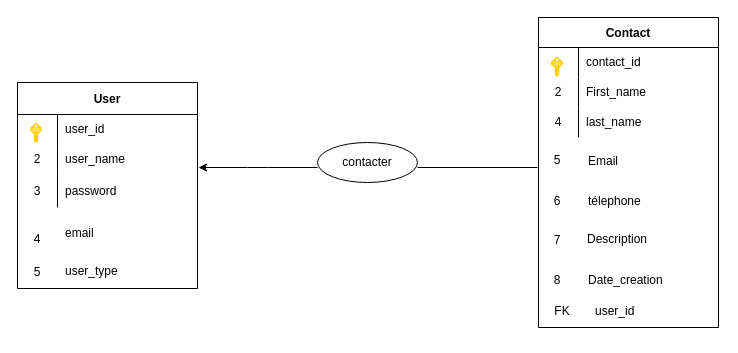
emminyell/Brief2_sprint3 keeps this draw.io diagram as MLD.drawio. Above is the earlier version. Source tidied: cells renumbered, new cells numbered last; positions are measured from the earlier drawing's top-left corner, leaving out a move shared by most shapes. Both pictures are drawn from the tidied source at 100%, with x=0, y=0 at pixel (17, 17).
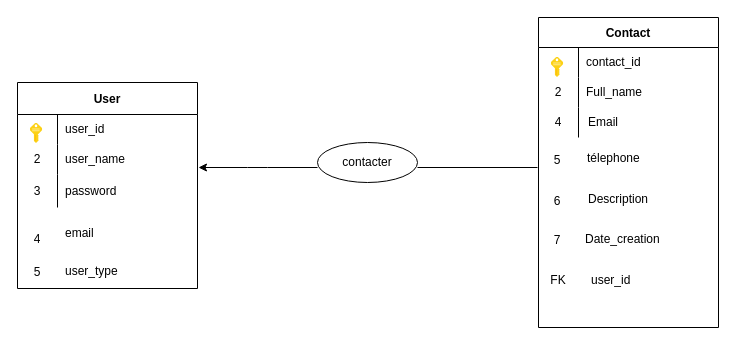
After the change.

The change refers to these unchanged cells:
```xml
<mxCell id="16" style="shape=tableRow;horizontal=0;startSize=0;swimlaneHead=0;swimlaneBody=0;top=0;left=0;bottom=0;right=0;fillColor=none;" parent="12" vertex="1">
  <mxGeometry y="60" width="180" height="30" as="geometry" />
</mxCell>
<mxCell id="19" style="shape=tableRow;horizontal=0;startSize=0;swimlaneHead=0;swimlaneBody=0;top=0;left=0;bottom=0;right=0;fillColor=none;" parent="12" vertex="1">
  <mxGeometry y="90" width="180" height="30" as="geometry" />
</mxCell>
```

What changed in the source:
```diff
@@
-    <mxCell id="18" value="First_name" style="shape=partialRectangle;html=1;whiteSpace=wrap;fillColor=none;top=0;left=0;bottom=0;right=0;align=left;spacingLeft=6;overflow=hidden;" parent="16" vertex="1">
+    <mxCell id="18" value="Full_name" style="shape=partialRectangle;html=1;whiteSpace=wrap;fillColor=none;top=0;left=0;bottom=0;right=0;align=left;spacingLeft=6;overflow=hidden;" parent="16" vertex="1">
       <mxGeometry x="40" width="140" height="30" as="geometry" />
     </mxCell>
@@
-    <mxCell id="21" value="last_name" style="shape=partialRectangle;html=1;whiteSpace=wrap;fillColor=none;top=0;left=0;bottom=0;right=0;align=left;spacingLeft=6;overflow=hidden;" parent="19" vertex="1">
+    <mxCell id="21" style="shape=partialRectangle;html=1;whiteSpace=wrap;fillColor=none;top=0;left=0;bottom=0;right=0;align=left;spacingLeft=6;overflow=hidden;" parent="19" vertex="1">
       <mxGeometry x="40" width="140" height="30" as="geometry" />
     </mxCell>
     <mxCell id="22" value="Email" style="shape=partialRectangle;html=1;whiteSpace=wrap;fillColor=none;top=0;left=0;bottom=0;right=0;align=left;spacingLeft=6;overflow=hidden;" parent="1" vertex="1">
-      <mxGeometry x="563" y="129" width="140" height="30" as="geometry" />
+      <mxGeometry x="563" y="90" width="140" height="30" as="geometry" />
     </mxCell>
     <mxCell id="23" value="télephone" style="shape=partialRectangle;html=1;whiteSpace=wrap;fillColor=none;top=0;left=0;bottom=0;right=0;align=left;spacingLeft=6;overflow=hidden;" parent="1" vertex="1">
-      <mxGeometry x="563" y="169" width="140" height="30" as="geometry" />
+      <mxGeometry x="562" y="126" width="140" height="30" as="geometry" />
     </mxCell>
     <mxCell id="24" value="Description" style="shape=partialRectangle;html=1;whiteSpace=wrap;fillColor=none;top=0;left=0;bottom=0;right=0;align=left;spacingLeft=6;overflow=hidden;" parent="1" vertex="1">
-      <mxGeometry x="562" y="207" width="140" height="30" as="geometry" />
+      <mxGeometry x="563" y="167" width="140" height="30" as="geometry" />
     </mxCell>
     <mxCell id="25" value="Date_creation" style="shape=partialRectangle;html=1;whiteSpace=wrap;fillColor=none;top=0;left=0;bottom=0;right=0;align=left;spacingLeft=6;overflow=hidden;" parent="1" vertex="1">
-      <mxGeometry x="563" y="248" width="140" height="30" as="geometry" />
+      <mxGeometry x="560" y="207" width="140" height="30" as="geometry" />
     </mxCell>
@@
-    <mxCell id="29" value="8" style="shape=partialRectangle;html=1;whiteSpace=wrap;fillColor=none;top=0;left=0;bottom=0;right=0;overflow=hidden;" parent="1" vertex="1">
-      <mxGeometry x="520" y="248" width="40" height="30" as="geometry" />
-    </mxCell>
@@
     <mxCell id="32" style="shape=table;startSize=0;childLayout=tableLayout;rowLines=0;fontStyle=0;align=center;strokeColor=none;fillColor=none;" parent="1" vertex="1">
-      <mxGeometry x="520" y="278" width="180" height="40" as="geometry" />
+      <mxGeometry x="516" y="247" width="180" height="40" as="geometry" />
     </mxCell>
```
